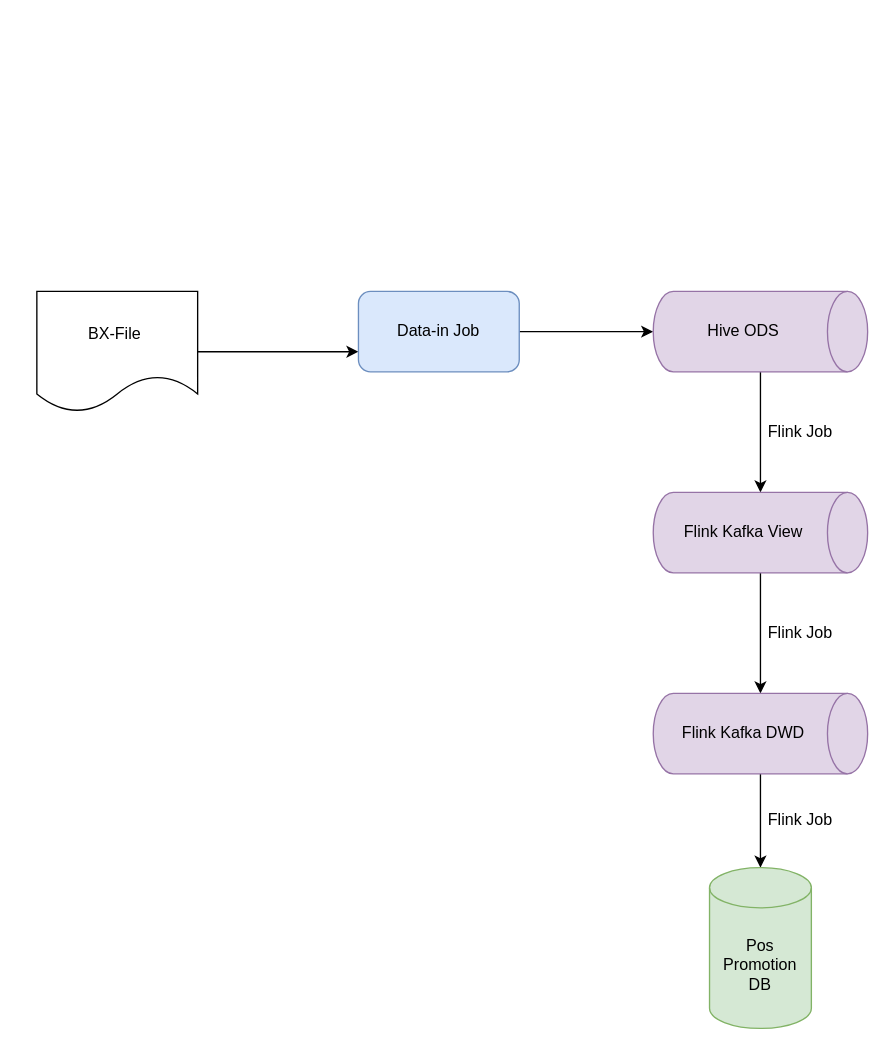
Above: BX-File import.drawio in lukelongcn/drawio (draw.io), before the change. Source tidied: cells renumbered, new cells numbered last; positions are measured from the earlier drawing's top-left corner, leaving out a move shared by most shapes. Both pictures are drawn from the tidied source at 134%, with x=0, y=0 at pixel (36, 291).
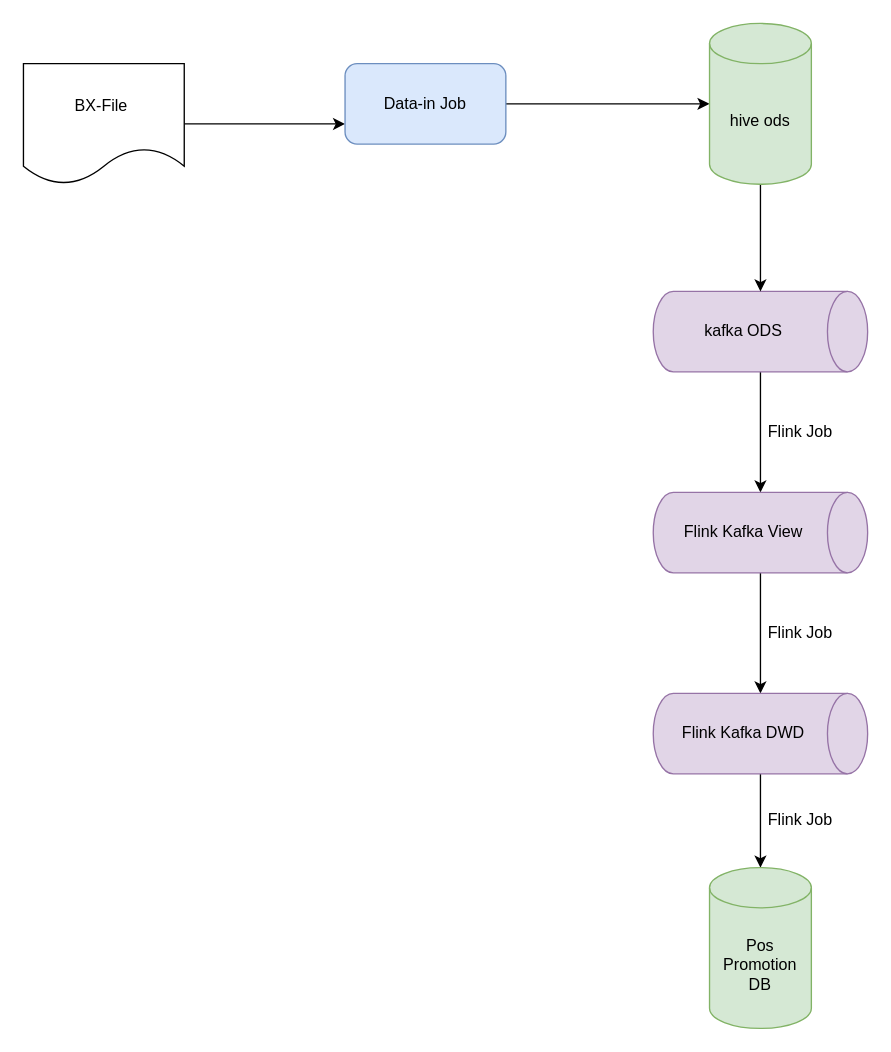
The same diagram, later.

What changed in the source:
```diff
@@
 <mxGraphModel>
   <root>
     <mxCell id="0" />
     <mxCell id="1" parent="0" />
     <mxCell id="2" style="edgeStyle=orthogonalEdgeStyle;rounded=0;jettySize=auto;html=1;entryX=0;entryY=0.75;entryDx=0;entryDy=0;" parent="1" edge="1" source="3" target="5">
       <mxGeometry relative="1" as="geometry" />
     </mxCell>
     <mxCell id="3" value="BX-File&amp;nbsp;" style="shape=document;whiteSpace=wrap;html=1;boundedLbl=1;" parent="1" vertex="1">
-      <mxGeometry width="120" height="90" as="geometry" />
+      <mxGeometry x="-10" y="-170" width="120" height="90" as="geometry" />
     </mxCell>
-    <mxCell id="4" style="edgeStyle=orthogonalEdgeStyle;rounded=0;jettySize=auto;html=1;entryX=0.5;entryY=1;entryDx=0;entryDy=0;entryPerimeter=0;" parent="1" edge="1" source="5" target="7">
-      <mxGeometry relative="1" as="geometry" />
-    </mxCell>
+    <mxCell id="16" style="edgeStyle=orthogonalEdgeStyle;rounded=0;jettySize=auto;html=1;entryX=0;entryY=0.5;entryDx=0;entryDy=0;entryPerimeter=0;" parent="1" edge="1" source="5" target="18">
+      <mxGeometry relative="1" as="geometry" />
+    </mxCell>
     <mxCell id="5" value="Data-in Job" style="rounded=1;whiteSpace=wrap;html=1;fillColor=#dae8fc;strokeColor=#6c8ebf;" parent="1" vertex="1">
-      <mxGeometry x="240" width="120" height="60" as="geometry" />
+      <mxGeometry x="230" y="-170" width="120" height="60" as="geometry" />
     </mxCell>
     <mxCell id="6" style="edgeStyle=orthogonalEdgeStyle;rounded=0;jettySize=auto;html=1;entryX=0;entryY=0.5;entryDx=0;entryDy=0;entryPerimeter=0;" parent="1" edge="1" source="7" target="9">
       <mxGeometry relative="1" as="geometry" />
     </mxCell>
-    <mxCell id="7" value="Hive ODS" style="shape=cylinder3;whiteSpace=wrap;html=1;boundedLbl=1;backgroundOutline=1;size=15;direction=south;fillColor=#e1d5e7;strokeColor=#9673a6;" parent="1" vertex="1">
+    <mxCell id="7" value="kafka ODS" style="shape=cylinder3;whiteSpace=wrap;html=1;boundedLbl=1;backgroundOutline=1;size=15;direction=south;fillColor=#e1d5e7;strokeColor=#9673a6;" parent="1" vertex="1">
       <mxGeometry x="460" width="160" height="60" as="geometry" />
     </mxCell>
     <mxCell id="8" style="edgeStyle=orthogonalEdgeStyle;rounded=0;jettySize=auto;html=1;entryX=0;entryY=0.5;entryDx=0;entryDy=0;entryPerimeter=0;" parent="1" edge="1" source="9" target="11">
       <mxGeometry relative="1" as="geometry" />
     </mxCell>
     <mxCell id="9" value="Flink Kafka View" style="shape=cylinder3;whiteSpace=wrap;html=1;boundedLbl=1;backgroundOutline=1;size=15;direction=south;fillColor=#e1d5e7;strokeColor=#9673a6;" parent="1" vertex="1">
       <mxGeometry x="460" y="150" width="160" height="60" as="geometry" />
     </mxCell>
     <mxCell id="10" style="edgeStyle=orthogonalEdgeStyle;rounded=0;jettySize=auto;html=1;entryX=0.5;entryY=0;entryDx=0;entryDy=0;entryPerimeter=0;" parent="1" edge="1" source="11" target="14">
       <mxGeometry relative="1" as="geometry" />
     </mxCell>
     <mxCell id="11" value="Flink Kafka DWD" style="shape=cylinder3;whiteSpace=wrap;html=1;boundedLbl=1;backgroundOutline=1;size=15;direction=south;fillColor=#e1d5e7;strokeColor=#9673a6;" parent="1" vertex="1">
       <mxGeometry x="460" y="300" width="160" height="60" as="geometry" />
     </mxCell>
     <mxCell id="12" value="Flink Job" style="text;html=1;strokeColor=none;fillColor=none;align=center;verticalAlign=middle;whiteSpace=wrap;rounded=0;" parent="1" vertex="1">
       <mxGeometry x="540" y="240" width="60" height="30" as="geometry" />
     </mxCell>
     <mxCell id="13" value="Flink Job" style="text;html=1;strokeColor=none;fillColor=none;align=center;verticalAlign=middle;whiteSpace=wrap;rounded=0;" parent="1" vertex="1">
       <mxGeometry x="540" y="379.5" width="60" height="30" as="geometry" />
     </mxCell>
     <mxCell id="14" value="Pos Promotion DB" style="shape=cylinder3;whiteSpace=wrap;html=1;boundedLbl=1;backgroundOutline=1;size=15;fillColor=#d5e8d4;strokeColor=#82b366;" parent="1" vertex="1">
       <mxGeometry x="502" y="430" width="76" height="120" as="geometry" />
     </mxCell>
     <mxCell id="15" value="Flink Job" style="text;html=1;strokeColor=none;fillColor=none;align=center;verticalAlign=middle;whiteSpace=wrap;rounded=0;" parent="1" vertex="1">
       <mxGeometry x="540" y="90" width="60" height="30" as="geometry" />
     </mxCell>
+    <mxCell id="17" style="edgeStyle=orthogonalEdgeStyle;rounded=0;jettySize=auto;html=1;" parent="1" edge="1" source="18" target="7">
+      <mxGeometry relative="1" as="geometry" />
+    </mxCell>
+    <mxCell id="18" value="hive ods" style="shape=cylinder3;whiteSpace=wrap;html=1;boundedLbl=1;backgroundOutline=1;size=15;fillColor=#d5e8d4;strokeColor=#82b366;" parent="1" vertex="1">
+      <mxGeometry x="502" y="-200" width="76" height="120" as="geometry" />
+    </mxCell>
   </root>
 </mxGraphModel>
```
